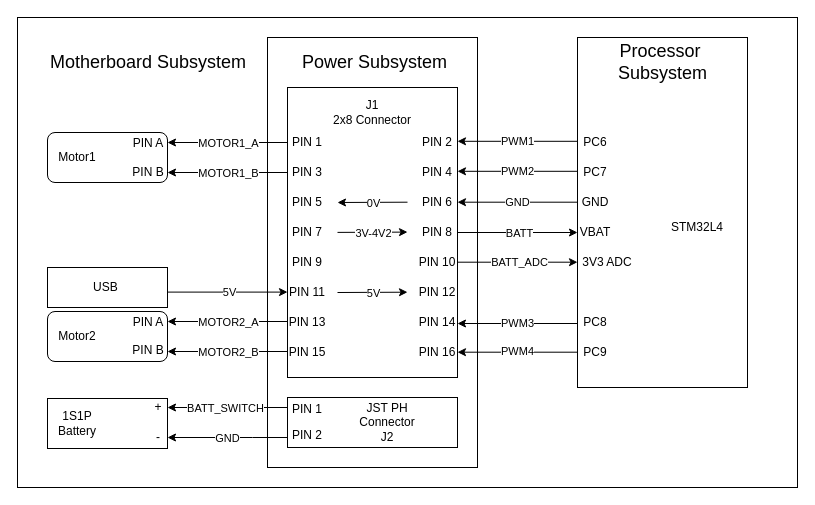
The draw.io diagram documents/power/interfacing-diagram.drawio in Luke-VDW/micromouse, before the edit. Source tidied: cells renumbered, new cells numbered last; positions are measured from the earlier drawing's top-left corner, leaving out a move shared by most shapes. Both pictures are drawn from the tidied source at 100%, with x=0, y=0 at pixel (17, 17).
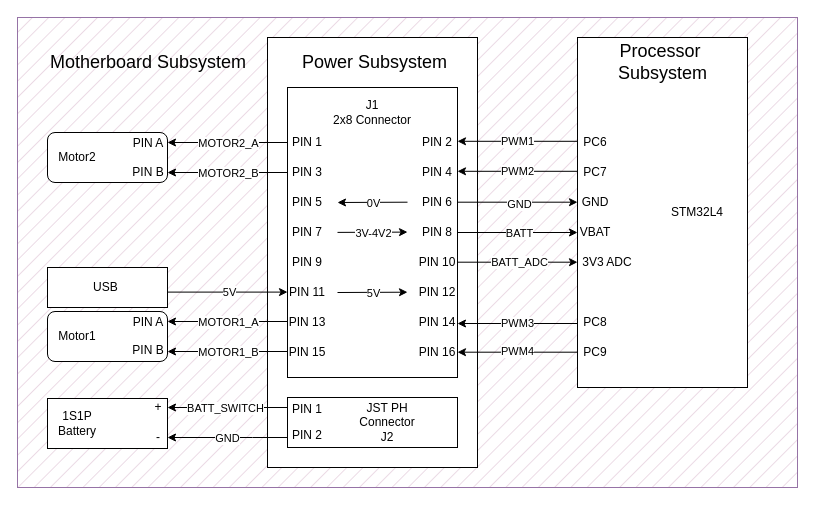
The same page after the edit.

Unchanged cells that the change refers to:
```xml
<mxCell id="18" style="edgeStyle=orthogonalEdgeStyle;rounded=0;orthogonalLoop=1;jettySize=auto;html=1;" parent="1" edge="1">
  <mxGeometry relative="1" as="geometry">
    <mxPoint x="270" y="334" as="sourcePoint" />
    <mxPoint x="150" y="334" as="targetPoint" />
    <Array as="points">
      <mxPoint x="230" y="334" />
      <mxPoint x="230" y="334" />
    </Array>
  </mxGeometry>
</mxCell>
<mxCell id="20" style="edgeStyle=orthogonalEdgeStyle;rounded=0;orthogonalLoop=1;jettySize=auto;html=1;" parent="1" edge="1">
  <mxGeometry relative="1" as="geometry">
    <mxPoint x="270" y="304" as="sourcePoint" />
    <mxPoint x="150" y="304" as="targetPoint" />
    <Array as="points">
      <mxPoint x="230" y="304" />
      <mxPoint x="230" y="304" />
    </Array>
  </mxGeometry>
</mxCell>
<mxCell id="22" style="edgeStyle=orthogonalEdgeStyle;rounded=0;orthogonalLoop=1;jettySize=auto;html=1;" parent="1" edge="1">
  <mxGeometry relative="1" as="geometry">
    <mxPoint x="270" y="155" as="sourcePoint" />
    <mxPoint x="150" y="155" as="targetPoint" />
    <Array as="points">
      <mxPoint x="230" y="155" />
      <mxPoint x="230" y="155" />
    </Array>
  </mxGeometry>
</mxCell>
<mxCell id="24" style="edgeStyle=orthogonalEdgeStyle;rounded=0;orthogonalLoop=1;jettySize=auto;html=1;" parent="1" edge="1">
  <mxGeometry relative="1" as="geometry">
    <mxPoint x="270" y="125" as="sourcePoint" />
    <mxPoint x="150" y="125" as="targetPoint" />
    <Array as="points">
      <mxPoint x="230" y="125" />
      <mxPoint x="230" y="125" />
    </Array>
  </mxGeometry>
</mxCell>
```

Change to the diagram source:
```diff
@@
-    <mxCell id="2" style="rounded=0;whiteSpace=wrap;html=1;fillStyle=auto;fillColor=#FFFFFF;" parent="1" vertex="1">
+    <mxCell id="2" style="rounded=0;whiteSpace=wrap;html=1;fillStyle=hatch;fillColor=#E6D0DE;strokeColor=#9673a6;gradientColor=none;" parent="1" vertex="1">
       <mxGeometry width="780" height="470" as="geometry" />
     </mxCell>
@@
-    <mxCell id="19" value="MOTOR2_B" style="edgeLabel;html=1;align=center;verticalAlign=middle;" parent="18" vertex="1">
+    <mxCell id="19" value="MOTOR1_B" style="edgeLabel;html=1;align=center;verticalAlign=middle;" parent="18" vertex="1">
       <mxGeometry relative="1" as="geometry" />
     </mxCell>
@@
-    <mxCell id="21" value="MOTOR2_A" style="edgeLabel;html=1;align=center;verticalAlign=middle;" parent="20" vertex="1">
+    <mxCell id="21" value="MOTOR1_A" style="edgeLabel;html=1;align=center;verticalAlign=middle;" parent="20" vertex="1">
       <mxGeometry relative="1" as="geometry" />
     </mxCell>
@@
-    <mxCell id="23" value="MOTOR1_B" style="edgeLabel;html=1;align=center;verticalAlign=middle;" parent="22" vertex="1">
+    <mxCell id="23" value="MOTOR2_B" style="edgeLabel;html=1;align=center;verticalAlign=middle;" parent="22" vertex="1">
       <mxGeometry relative="1" as="geometry" />
     </mxCell>
@@
-    <mxCell id="25" value="MOTOR1_A" style="edgeLabel;html=1;align=center;verticalAlign=middle;" parent="24" vertex="1">
+    <mxCell id="25" value="MOTOR2_A" style="edgeLabel;html=1;align=center;verticalAlign=middle;" parent="24" vertex="1">
       <mxGeometry relative="1" as="geometry" />
     </mxCell>
@@
-    <mxCell id="30" value="Motor1" style="text;html=1;align=center;verticalAlign=middle;whiteSpace=wrap;rounded=0;" parent="1" vertex="1">
+    <mxCell id="30" value="Motor2" style="text;html=1;align=center;verticalAlign=middle;whiteSpace=wrap;rounded=0;" parent="1" vertex="1">
       <mxGeometry x="30" y="125" width="60" height="30" as="geometry" />
     </mxCell>
-    <mxCell id="31" value="Motor2" style="text;html=1;align=center;verticalAlign=middle;whiteSpace=wrap;rounded=0;" parent="1" vertex="1">
+    <mxCell id="31" value="Motor1" style="text;html=1;align=center;verticalAlign=middle;whiteSpace=wrap;rounded=0;" parent="1" vertex="1">
       <mxGeometry x="30" y="304" width="60" height="30" as="geometry" />
     </mxCell>
@@
     <mxCell id="48" style="edgeStyle=orthogonalEdgeStyle;rounded=0;orthogonalLoop=1;jettySize=auto;html=1;" parent="1" edge="1">
       <mxGeometry relative="1" as="geometry">
-        <mxPoint x="560" y="184.7" as="sourcePoint" />
-        <mxPoint x="440" y="184.7" as="targetPoint" />
+        <mxPoint x="440" y="184.7" as="sourcePoint" />
+        <mxPoint x="560" y="184.7" as="targetPoint" />
         <Array as="points">
           <mxPoint x="500" y="184.7" />
           <mxPoint x="500" y="184.7" />
         </Array>
       </mxGeometry>
     </mxCell>
@@
     <mxCell id="76" value="STM32L4" style="text;html=1;align=center;verticalAlign=middle;whiteSpace=wrap;rounded=0;" parent="1" vertex="1">
-      <mxGeometry x="650" y="195" width="60" height="30" as="geometry" />
+      <mxGeometry x="650" y="180" width="60" height="30" as="geometry" />
     </mxCell>
```
